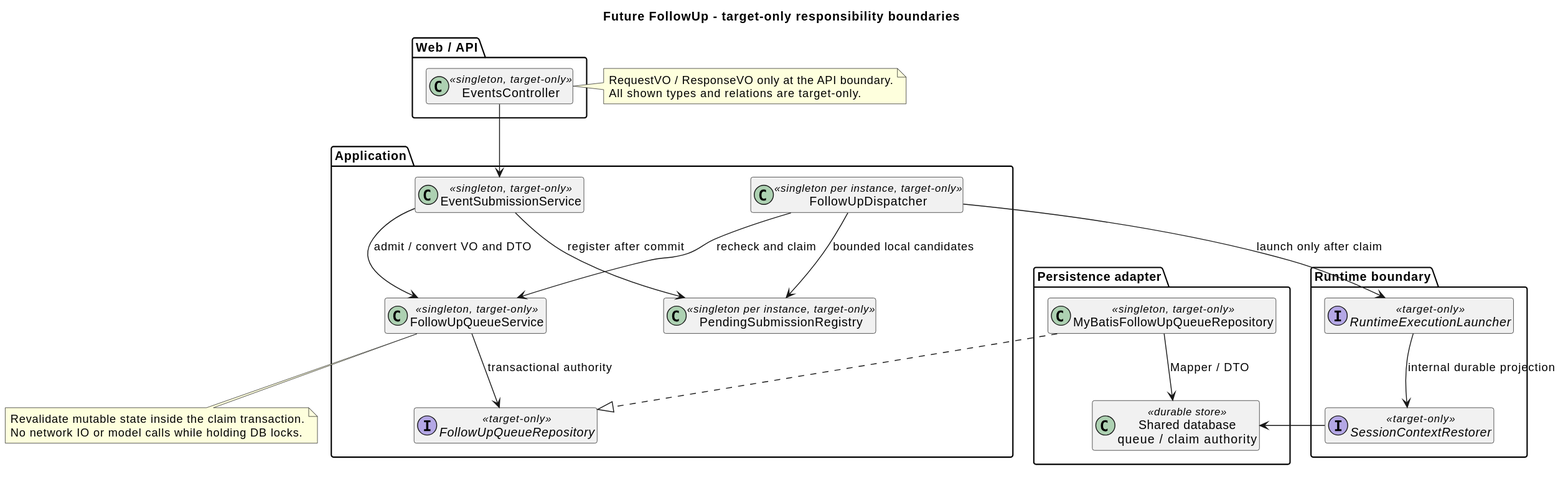
The PlantUML diagram 01-总体架构/01-CampusClaw多Agent运行时/设计图/后续消息扩展/target_follow_up_classes.svg in ssm0808/pi-mono-java-design, before a commit. Source of this version:
```plantuml
@startuml
skinparam backgroundColor white
title Future FollowUp - target-only responsibility boundaries
hide empty members
package "Web / API" {
  class EventsController <<singleton, target-only>>
}
package "Application" {
  class EventSubmissionService <<singleton, target-only>>
  class FollowUpQueueService <<singleton, target-only>>
  class FollowUpDispatcher <<singleton per instance, target-only>>
  class PendingSubmissionRegistry <<singleton per instance, target-only>>
  interface FollowUpQueueRepository <<target-only>>
}
package "Persistence adapter" {
  class MyBatisFollowUpQueueRepository <<singleton, target-only>>
  class "Shared database\nqueue / claim authority" as DB <<durable store>>
}
package "Runtime boundary" {
  interface RuntimeExecutionLauncher <<target-only>>
  interface SessionContextRestorer <<target-only>>
}
EventsController --> EventSubmissionService
EventSubmissionService --> FollowUpQueueService : admit / convert VO and DTO
EventSubmissionService --> PendingSubmissionRegistry : register after commit
FollowUpDispatcher --> PendingSubmissionRegistry : bounded local candidates
FollowUpDispatcher --> FollowUpQueueService : recheck and claim
FollowUpQueueService --> FollowUpQueueRepository : transactional authority
MyBatisFollowUpQueueRepository ..|> FollowUpQueueRepository
MyBatisFollowUpQueueRepository --> DB : Mapper / DTO
FollowUpDispatcher --> RuntimeExecutionLauncher : launch only after claim
RuntimeExecutionLauncher --> SessionContextRestorer : internal durable projection
SessionContextRestorer --> DB
note bottom of FollowUpQueueService
  Revalidate mutable state inside the claim transaction.
  No network IO or model calls while holding DB locks.
end note
note right of EventsController
  RequestVO / ResponseVO only at the API boundary.
  All shown types and relations are target-only.
end note
@enduml
```
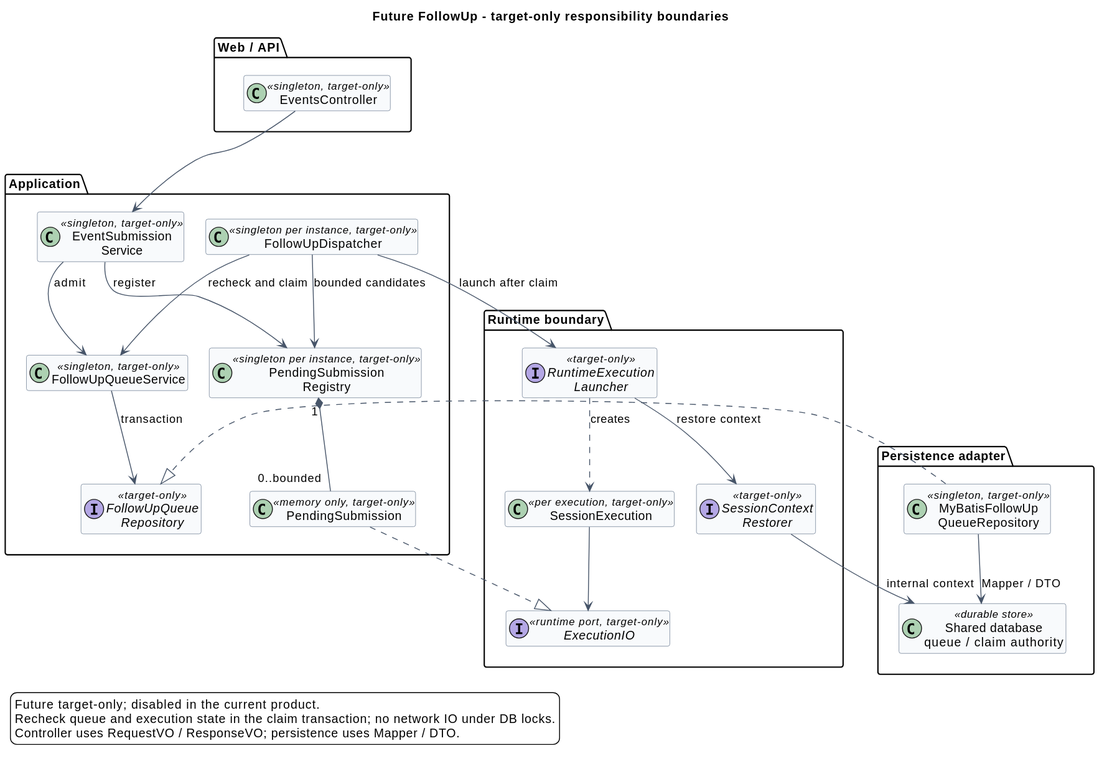
The same file after the commit.

What changed in the source:
```diff
@@ -1,42 +1,60 @@
 @startuml
 skinparam backgroundColor white
 title Future FollowUp - target-only responsibility boundaries
+top to bottom direction
 hide empty members
-package "Web / API" {
+skinparam backgroundColor white
+skinparam shadowing false
+skinparam classAttributeIconSize 0
+skinparam nodesep 25
+skinparam ranksep 30
+skinparam ArrowColor #475569
+skinparam ClassBorderColor #64748B
+skinparam ClassBackgroundColor #F8FAFC
+skinparam stereotypeFontSize 10
+
+package "Web / API" as WEB {
   class EventsController <<singleton, target-only>>
 }
-package "Application" {
-  class EventSubmissionService <<singleton, target-only>>
+package "Application" as APP {
+  class "EventSubmission\nService" as EventSubmissionService <<singleton, target-only>>
   class FollowUpQueueService <<singleton, target-only>>
   class FollowUpDispatcher <<singleton per instance, target-only>>
-  class PendingSubmissionRegistry <<singleton per instance, target-only>>
-  interface FollowUpQueueRepository <<target-only>>
+  class "PendingSubmission\nRegistry" as PendingSubmissionRegistry <<singleton per instance, target-only>>
+  interface "FollowUpQueue\nRepository" as FollowUpQueueRepository <<target-only>>
+  class PendingSubmission <<memory only, target-only>>
 }
-package "Persistence adapter" {
-  class MyBatisFollowUpQueueRepository <<singleton, target-only>>
+package "Persistence adapter" as PERSIST {
+  class "MyBatisFollowUp\nQueueRepository" as MyBatisFollowUpQueueRepository <<singleton, target-only>>
   class "Shared database\nqueue / claim authority" as DB <<durable store>>
 }
-package "Runtime boundary" {
-  interface RuntimeExecutionLauncher <<target-only>>
-  interface SessionContextRestorer <<target-only>>
+package "Runtime boundary" as CORE {
+  interface "RuntimeExecution\nLauncher" as RuntimeExecutionLauncher <<target-only>>
+  interface "SessionContext\nRestorer" as SessionContextRestorer <<target-only>>
+  class SessionExecution <<per execution, target-only>>
+  interface ExecutionIO <<runtime port, target-only>>
 }
+WEB -[hidden]down- APP
+APP -[hidden]down- CORE
+CORE -[hidden]down- PERSIST
 EventsController --> EventSubmissionService
-EventSubmissionService --> FollowUpQueueService : admit / convert VO and DTO
-EventSubmissionService --> PendingSubmissionRegistry : register after commit
-FollowUpDispatcher --> PendingSubmissionRegistry : bounded local candidates
+EventSubmissionService --> FollowUpQueueService : admit
+EventSubmissionService --> PendingSubmissionRegistry : register
+FollowUpDispatcher --> PendingSubmissionRegistry : bounded candidates
 FollowUpDispatcher --> FollowUpQueueService : recheck and claim
-FollowUpQueueService --> FollowUpQueueRepository : transactional authority
+FollowUpQueueService --> FollowUpQueueRepository : transaction
 MyBatisFollowUpQueueRepository ..|> FollowUpQueueRepository
 MyBatisFollowUpQueueRepository --> DB : Mapper / DTO
-FollowUpDispatcher --> RuntimeExecutionLauncher : launch only after claim
-RuntimeExecutionLauncher --> SessionContextRestorer : internal durable projection
-SessionContextRestorer --> DB
-note bottom of FollowUpQueueService
-  Revalidate mutable state inside the claim transaction.
-  No network IO or model calls while holding DB locks.
-end note
-note right of EventsController
-  RequestVO / ResponseVO only at the API boundary.
-  All shown types and relations are target-only.
-end note
+FollowUpDispatcher --> RuntimeExecutionLauncher : launch after claim
+RuntimeExecutionLauncher --> SessionContextRestorer : restore context
+SessionContextRestorer -[norank]-> DB : internal context
+RuntimeExecutionLauncher ..> SessionExecution : creates
+SessionExecution --> ExecutionIO
+PendingSubmissionRegistry "1" *-- "0..bounded" PendingSubmission
+PendingSubmission ..|> ExecutionIO
+legend bottom left
+Future target-only; disabled in the current product.
+Recheck queue and execution state in the claim transaction; no network IO under DB locks.
+Controller uses RequestVO / ResponseVO; persistence uses Mapper / DTO.
+endlegend
 @enduml
```
